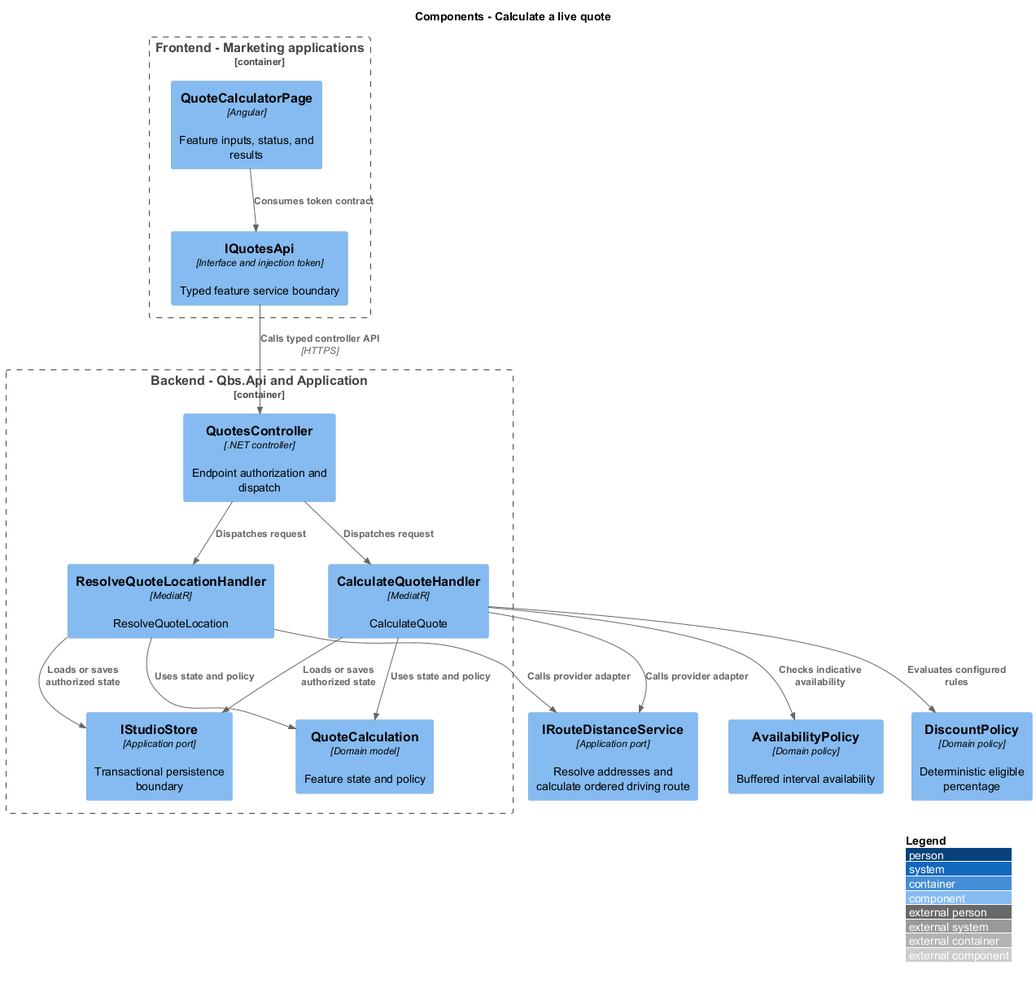
The PlantUML diagram docs/detailed-designs/quotations/calculate-live-quote/diagrams/c4-component.png in QuinntyneBrown/quinntyne-brown-studio, before a commit.
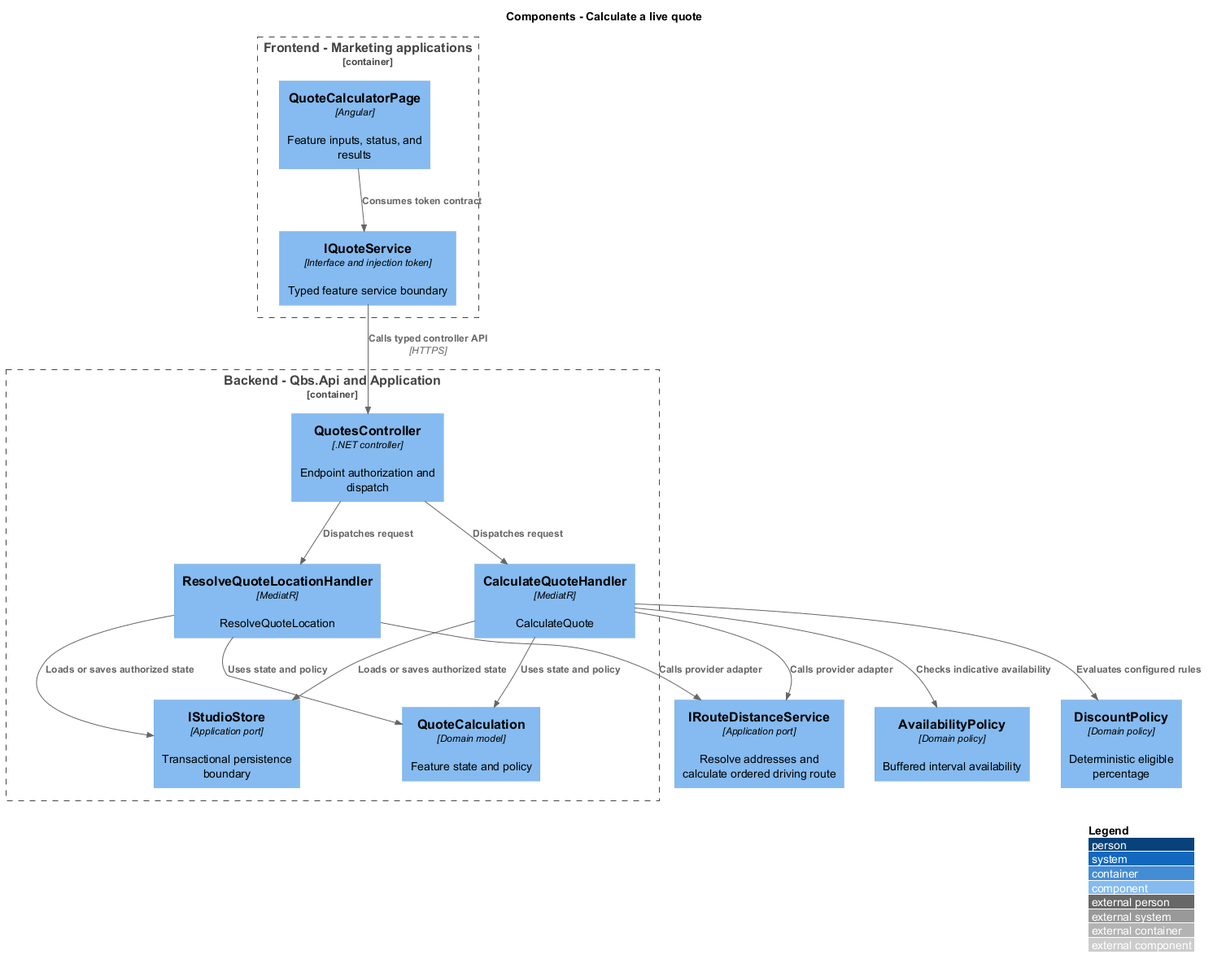
The same file after the commit.

Change to the diagram source:
```diff
@@ -4,7 +4,7 @@
 title Components - Calculate a live quote
 Container_Boundary(frontend, "Frontend - Marketing applications") {
  Component(page, "QuoteCalculatorPage", "Angular", "Feature inputs, status, and results")
- Component(client, "IQuotesApi", "Interface and injection token", "Typed feature service boundary")
+ Component(client, "IQuoteService", "Interface and injection token", "Typed feature service boundary")
 }
 Container_Boundary(api, "Backend - Qbs.Api and Application") {
  Component(ctrl, "QuotesController", ".NET controller", "Endpoint authorization and dispatch")
```
